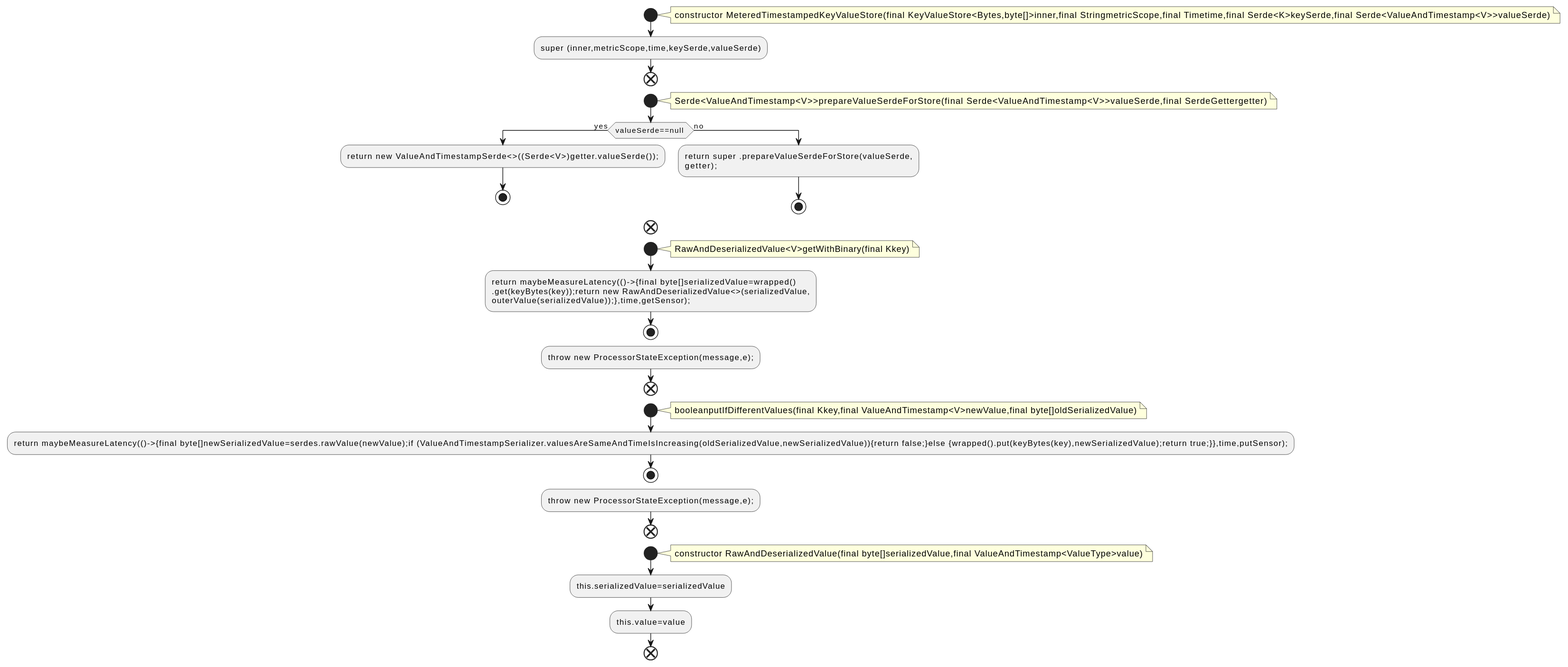
This is docs/qc/streams/src/main/java/org/apache/kafka/streams/state/internals/MeteredTimestampedKeyValueStore.java.fct.svg from qualitesys/kafka, a PlantUML export, as it was before one commit.
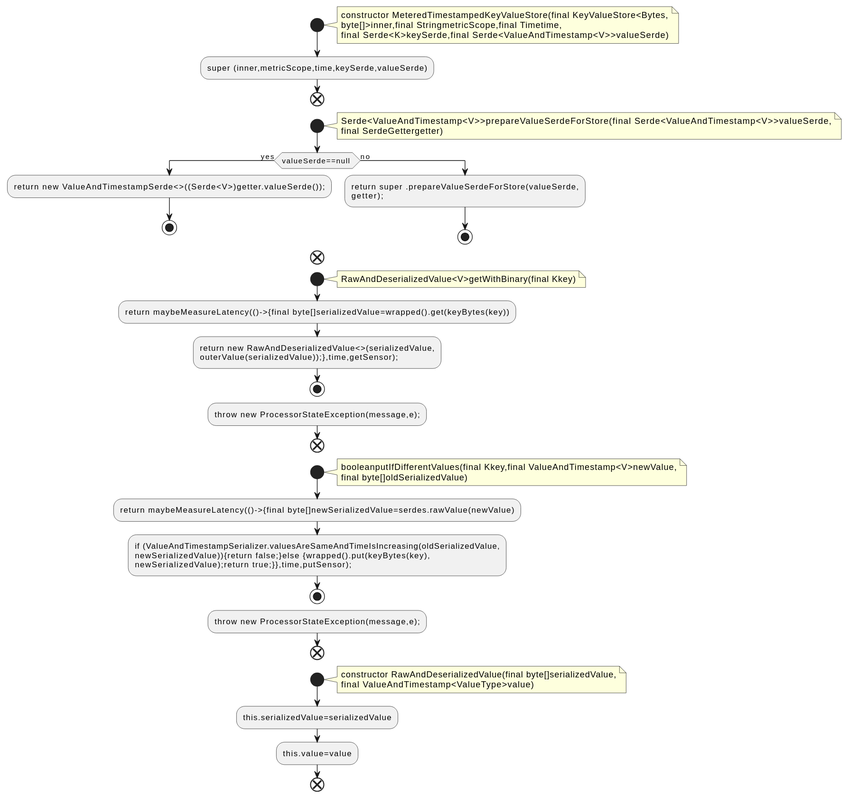
After the commit.

The edit, as a diff of the source:
```diff
@@ -2,13 +2,16 @@
 !pragma layout smetana
 start
 note right
-constructor MeteredTimestampedKeyValueStore(final KeyValueStore<Bytes,byte[]>inner,final StringmetricScope,final Timetime,final Serde<K>keySerde,final Serde<ValueAndTimestamp<V>>valueSerde)
+constructor MeteredTimestampedKeyValueStore(final KeyValueStore<Bytes,
+byte[]>inner,final StringmetricScope,final Timetime,
+final Serde<K>keySerde,final Serde<ValueAndTimestamp<V>>valueSerde)
 end note
 :super (inner,metricScope,time,keySerde,valueSerde);
 end
 start
 note right
-Serde<ValueAndTimestamp<V>>prepareValueSerdeForStore(final Serde<ValueAndTimestamp<V>>valueSerde,final SerdeGettergetter)
+Serde<ValueAndTimestamp<V>>prepareValueSerdeForStore(final Serde<ValueAndTimestamp<V>>valueSerde,
+final SerdeGettergetter)
 end note
 if (valueSerde==null ) then (yes)
 :return new ValueAndTimestampSerde<>((Serde<V>)getter.valueSerde());;
@@ -23,23 +26,28 @@
 note right
 RawAndDeserializedValue<V>getWithBinary(final Kkey)
 end note
-:return maybeMeasureLatency(()->{final byte[]serializedValue=wrapped()
-.get(keyBytes(key));return new RawAndDeserializedValue<>(serializedValue,
+:return maybeMeasureLatency(()->{final byte[]serializedValue=wrapped().get(keyBytes(key));
+:return new RawAndDeserializedValue<>(serializedValue,
 outerValue(serializedValue));},time,getSensor);;
 stop
 :throw new ProcessorStateException(message,e);;
 end
 start
 note right
-booleanputIfDifferentValues(final Kkey,final ValueAndTimestamp<V>newValue,final byte[]oldSerializedValue)
+booleanputIfDifferentValues(final Kkey,final ValueAndTimestamp<V>newValue,
+final byte[]oldSerializedValue)
 end note
-:return maybeMeasureLatency(()->{final byte[]newSerializedValue=serdes.rawValue(newValue);if (ValueAndTimestampSerializer.valuesAreSameAndTimeIsIncreasing(oldSerializedValue,newSerializedValue)){return false;}else {wrapped().put(keyBytes(key),newSerializedValue);return true;}},time,putSensor);;
+:return maybeMeasureLatency(()->{final byte[]newSerializedValue=serdes.rawValue(newValue);
+:if (ValueAndTimestampSerializer.valuesAreSameAndTimeIsIncreasing(oldSerializedValue,
+newSerializedValue)){return false;}else {wrapped().put(keyBytes(key),
+newSerializedValue);return true;}},time,putSensor);;
 stop
 :throw new ProcessorStateException(message,e);;
 end
 start
 note right
-constructor RawAndDeserializedValue(final byte[]serializedValue,final ValueAndTimestamp<ValueType>value)
+constructor RawAndDeserializedValue(final byte[]serializedValue,
+final ValueAndTimestamp<ValueType>value)
 end note
 :this.serializedValue=serializedValue;
 :this.value=value;
```
